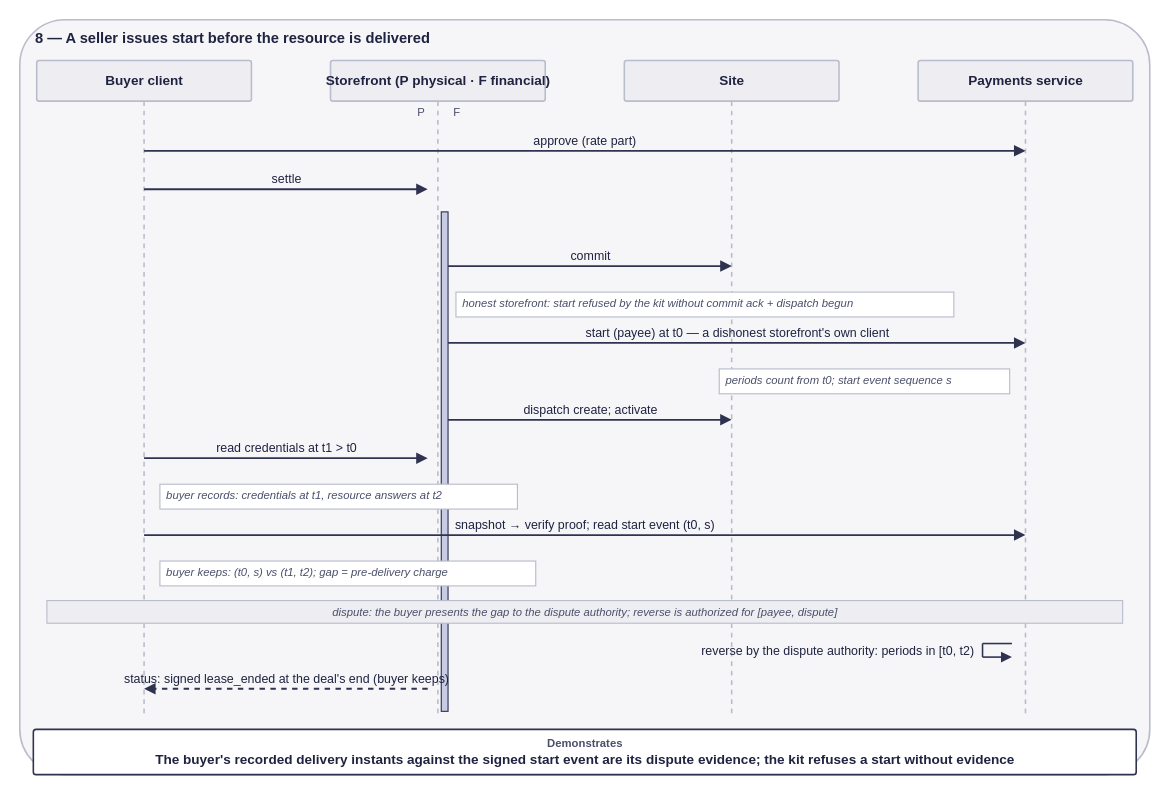
Earlier version of the draw.io diagram openspec/changes/converge-ongoing-compute-leases/diagrams/08-start-before-delivery.drawio (arkhai-io/simple-compute-market). Source tidied: cells renumbered, new cells numbered last; positions are measured from the earlier drawing's top-left corner, leaving out a move shared by most shapes. Both pictures are drawn from the tidied source at 113%, with x=0, y=0 at pixel (19, 19).
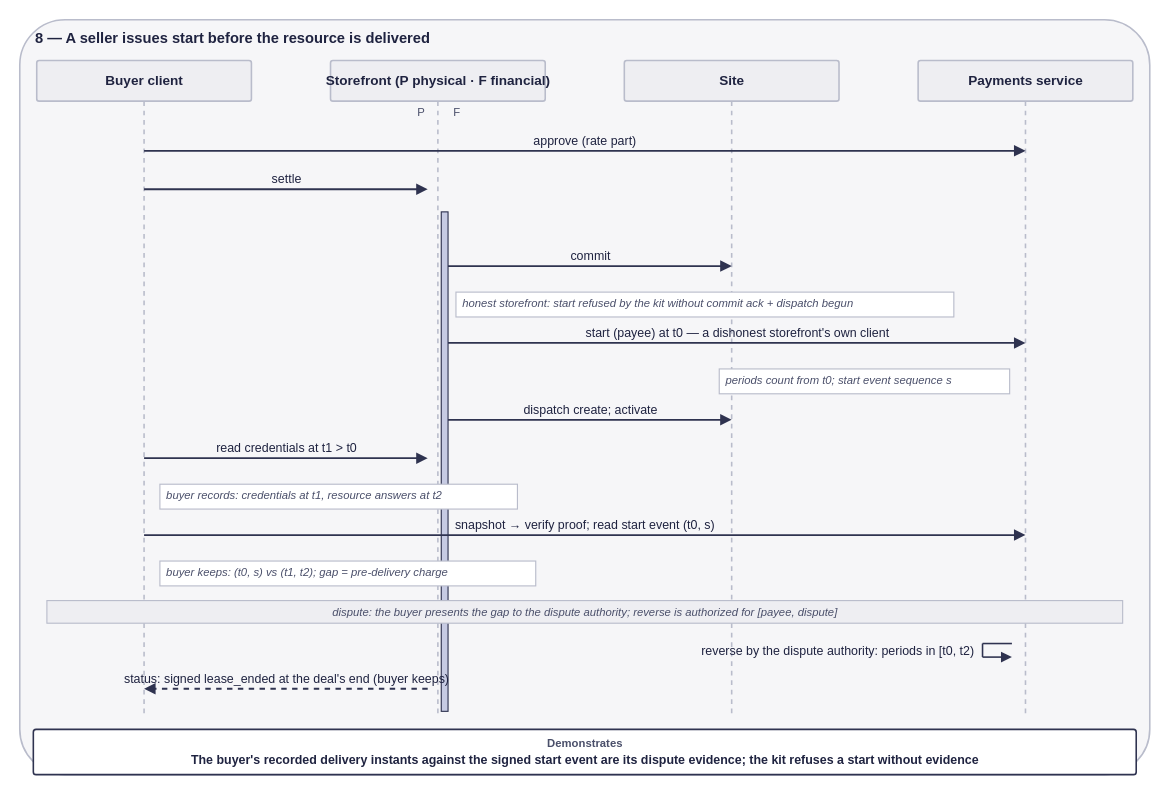
After the change.

The edit, as a diff of the source:
```diff
@@
-    <mxCell id="51" value="The buyer's recorded delivery instants against the signed start event are its dispute evidence; the kit refuses a start without evidence" style="text;html=1;align=center;verticalAlign=middle;whiteSpace=nowrap;fontSize=12;fontColor=#1f2340;fontStyle=1;fontFamily=Helvetica;" parent="1" vertex="1">
-      <mxGeometry x="12" y="646" width="976" height="18" as="geometry" />
+    <mxCell id="51" value="The buyer's recorded delivery instants against the signed start event are its dispute evidence; the kit refuses a start without evidence" style="text;html=1;align=center;verticalAlign=middle;whiteSpace=nowrap;fontSize=11;fontColor=#1f2340;fontStyle=1;fontFamily=Helvetica;" parent="1" vertex="1">
+      <mxGeometry x="12" y="646" width="976" height="17" as="geometry" />
     </mxCell>
```
